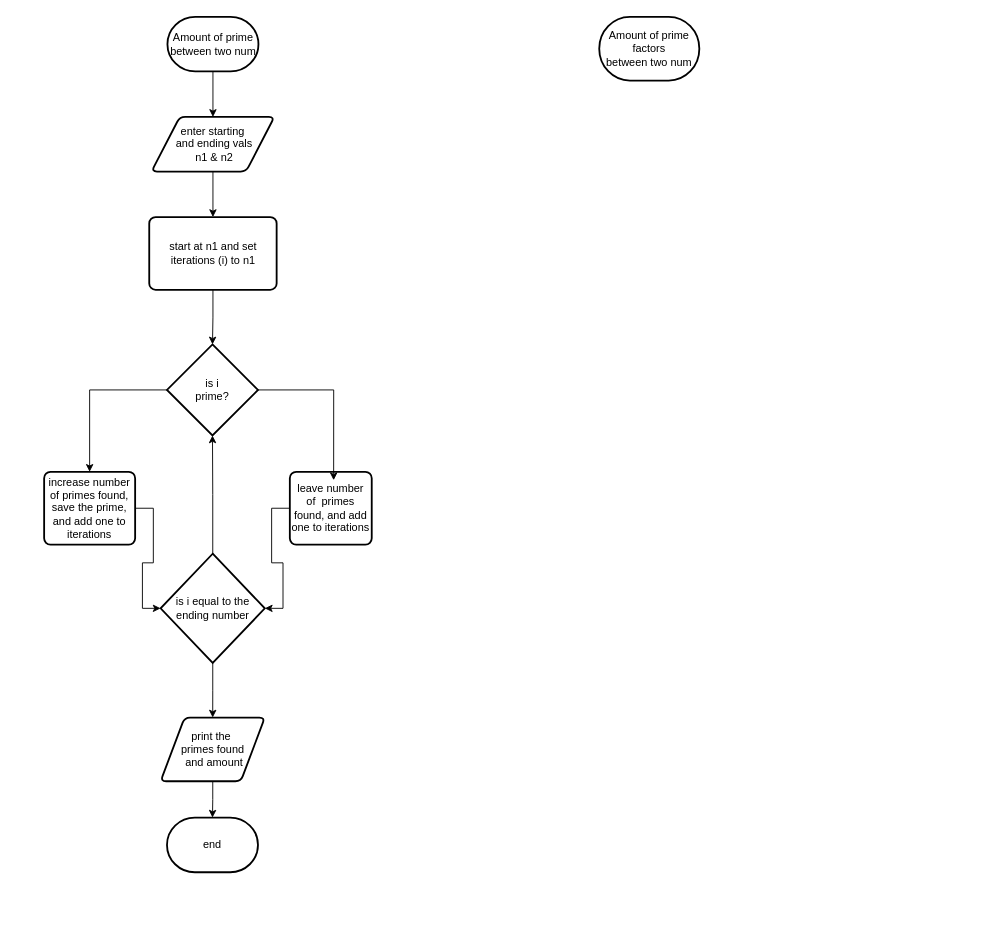
The draw.io diagram LAB5C2.drawio in Cheezy-Pizza/FlowChartFiles, before the edit. Source tidied: cells renumbered, new cells numbered last; positions are measured from the earlier drawing's top-left corner, leaving out a move shared by most shapes. Both pictures are drawn from the tidied source at 91%, with x=0, y=0 at pixel (44, 16).
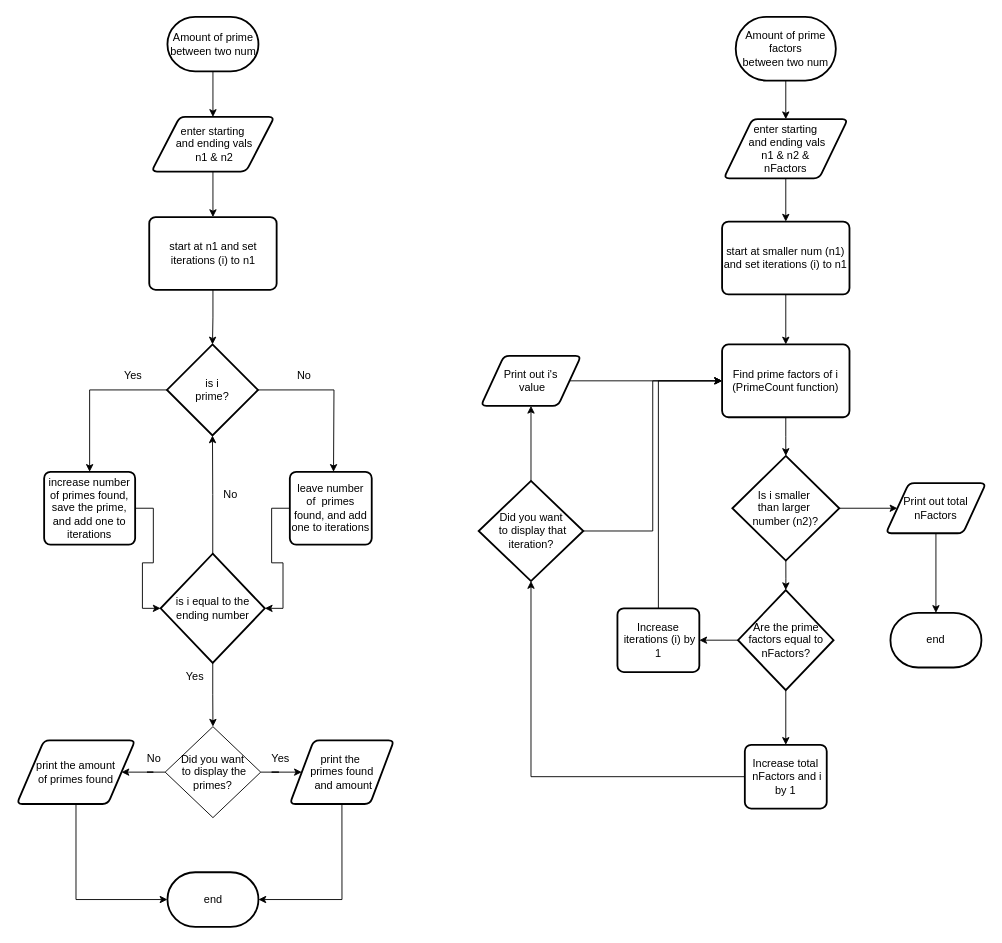
After the change.

The change refers to these unchanged cells:
```xml
<mxCell id="8" value="&lt;div&gt;is i &lt;br&gt;&lt;/div&gt;&lt;div&gt;prime?&lt;/div&gt;" style="strokeWidth=2;html=1;shape=mxgraph.flowchart.decision;whiteSpace=wrap;" parent="1" vertex="1">
  <mxGeometry x="135" y="360" width="100" height="100" as="geometry" />
</mxCell>
<mxCell id="10" value="leave number of&amp;nbsp; primes found, and add one to iterations" style="rounded=1;whiteSpace=wrap;html=1;absoluteArcSize=1;arcSize=14;strokeWidth=2;" parent="1" vertex="1">
  <mxGeometry x="270" y="500" width="90" height="80" as="geometry" />
</mxCell>
<mxCell id="13" value="is i equal to the ending number" style="strokeWidth=2;html=1;shape=mxgraph.flowchart.decision;whiteSpace=wrap;" parent="1" vertex="1">
  <mxGeometry x="128" y="590" width="114.5" height="120" as="geometry" />
</mxCell>
```

Diff of the diagram source:
```diff
@@
-    <mxCell id="12" style="edgeStyle=orthogonalEdgeStyle;rounded=0;jettySize=auto;html=1;entryX=0.5;entryY=0;entryDx=0;entryDy=0;" parent="1" edge="1" source="13" target="19">
-      <mxGeometry relative="1" as="geometry" />
-    </mxCell>
+    <mxCell id="22" style="edgeStyle=orthogonalEdgeStyle;rounded=0;jettySize=auto;html=1;" parent="1" edge="1" source="13" target="28">
+      <mxGeometry relative="1" as="geometry" />
+    </mxCell>
@@
-    <mxCell id="14" style="edgeStyle=orthogonalEdgeStyle;rounded=0;jettySize=auto;html=1;entryX=0.535;entryY=0.115;entryDx=0;entryDy=0;entryPerimeter=0;" parent="1" edge="1" source="8" target="10">
-      <mxGeometry relative="1" as="geometry" />
+    <mxCell id="14" style="edgeStyle=orthogonalEdgeStyle;rounded=0;jettySize=auto;html=1;" parent="1" edge="1" source="8">
+      <mxGeometry relative="1" as="geometry">
+        <mxPoint x="318" y="500" as="targetPoint" />
+      </mxGeometry>
     </mxCell>
@@
-    <mxCell id="18" style="edgeStyle=orthogonalEdgeStyle;rounded=0;jettySize=auto;html=1;" parent="1" edge="1" source="19" target="20">
-      <mxGeometry relative="1" as="geometry" />
-    </mxCell>
     <mxCell id="19" value="&lt;div&gt;print the&amp;nbsp;&lt;/div&gt;&lt;div&gt;primes found&lt;/div&gt;&amp;nbsp;and amount" style="shape=parallelogram;html=1;strokeWidth=2;perimeter=parallelogramPerimeter;whiteSpace=wrap;rounded=1;arcSize=12;size=0.23;" parent="1" vertex="1">
-      <mxGeometry x="128" y="770" width="114.5" height="70" as="geometry" />
+      <mxGeometry x="270" y="795" width="114.5" height="70" as="geometry" />
     </mxCell>
     <mxCell id="20" value="end" style="strokeWidth=2;html=1;shape=mxgraph.flowchart.terminator;whiteSpace=wrap;" parent="1" vertex="1">
-      <mxGeometry x="135" y="880" width="100" height="60" as="geometry" />
+      <mxGeometry x="135.5" y="940" width="100" height="60" as="geometry" />
     </mxCell>
+    <mxCell id="23" style="edgeStyle=orthogonalEdgeStyle;rounded=0;jettySize=auto;html=1;exitX=0.5;exitY=1;exitDx=0;exitDy=0;exitPerimeter=0;entryX=0.5;entryY=0;entryDx=0;entryDy=0;" parent="1" edge="1" source="21" target="25">
+      <mxGeometry relative="1" as="geometry" />
+    </mxCell>
     <mxCell id="21" value="&lt;div&gt;Amount of prime factors&lt;/div&gt;&lt;div&gt;between two num&lt;/div&gt;" style="strokeWidth=2;html=1;shape=mxgraph.flowchart.terminator;whiteSpace=wrap;" parent="1" vertex="1">
-      <mxGeometry x="610" width="110" height="70" as="geometry" />
+      <mxGeometry x="760" width="110" height="70" as="geometry" />
     </mxCell>
+    <mxCell id="24" style="edgeStyle=orthogonalEdgeStyle;rounded=0;jettySize=auto;html=1;exitX=0.5;exitY=1;exitDx=0;exitDy=0;entryX=0.5;entryY=0;entryDx=0;entryDy=0;" parent="1" edge="1" source="25" target="38">
+      <mxGeometry relative="1" as="geometry" />
+    </mxCell>
+    <mxCell id="25" value="&lt;div&gt;enter starting&lt;/div&gt;&lt;div&gt;&amp;nbsp;and ending vals&lt;/div&gt;&lt;div&gt;&amp;nbsp;n1 &amp;amp; n2 &amp;amp;&amp;nbsp;&lt;/div&gt;&lt;div&gt;nFactors&lt;/div&gt;" style="shape=parallelogram;html=1;strokeWidth=2;perimeter=parallelogramPerimeter;whiteSpace=wrap;rounded=1;arcSize=12;size=0.23;" parent="1" vertex="1">
+      <mxGeometry x="746.9" y="112.5" width="136.2" height="65" as="geometry" />
+    </mxCell>
+    <mxCell id="26" style="edgeStyle=orthogonalEdgeStyle;rounded=0;jettySize=auto;html=1;entryX=1;entryY=0.5;entryDx=0;entryDy=0;" parent="1" edge="1" source="28" target="29">
+      <mxGeometry relative="1" as="geometry" />
+    </mxCell>
+    <mxCell id="27" style="edgeStyle=orthogonalEdgeStyle;rounded=0;jettySize=auto;html=1;" parent="1" edge="1" source="28" target="19">
+      <mxGeometry relative="1" as="geometry" />
+    </mxCell>
+    <mxCell id="28" value="&lt;div&gt;Did you want&lt;/div&gt;&lt;div&gt;&amp;nbsp;to display the primes?&lt;/div&gt;" style="rhombus;whiteSpace=wrap;html=1;" parent="1" vertex="1">
+      <mxGeometry x="133" y="780" width="105" height="100" as="geometry" />
+    </mxCell>
+    <mxCell id="29" value="&lt;div&gt;print the amount&lt;/div&gt;&lt;div&gt;of primes found&lt;/div&gt;" style="shape=parallelogram;html=1;strokeWidth=2;perimeter=parallelogramPerimeter;whiteSpace=wrap;rounded=1;arcSize=12;size=0.23;" parent="1" vertex="1">
+      <mxGeometry x="-30" y="795" width="130" height="70" as="geometry" />
+    </mxCell>
+    <mxCell id="18" style="edgeStyle=orthogonalEdgeStyle;rounded=0;jettySize=auto;html=1;exitX=0.5;exitY=1;exitDx=0;exitDy=0;entryX=1;entryY=0.5;entryDx=0;entryDy=0;entryPerimeter=0;" parent="1" edge="1" source="19" target="20">
+      <mxGeometry relative="1" as="geometry" />
+    </mxCell>
+    <mxCell id="30" style="edgeStyle=orthogonalEdgeStyle;rounded=0;jettySize=auto;html=1;exitX=0.5;exitY=1;exitDx=0;exitDy=0;entryX=0;entryY=0.5;entryDx=0;entryDy=0;entryPerimeter=0;" parent="1" edge="1" source="29" target="20">
+      <mxGeometry relative="1" as="geometry" />
+    </mxCell>
+    <mxCell id="31" value="Yes" style="text;html=1;align=center;verticalAlign=middle;whiteSpace=wrap;rounded=0;" parent="1" vertex="1">
+      <mxGeometry x="135.5" y="710" width="60" height="30" as="geometry" />
+    </mxCell>
+    <mxCell id="32" value="&lt;div&gt;No&lt;/div&gt;" style="text;html=1;align=center;verticalAlign=middle;whiteSpace=wrap;rounded=0;" parent="1" vertex="1">
+      <mxGeometry x="255.5" y="380" width="60" height="30" as="geometry" />
+    </mxCell>
+    <mxCell id="33" style="edgeStyle=orthogonalEdgeStyle;rounded=0;orthogonalLoop=1;jettySize=auto;html=1;exitX=0.5;exitY=1;exitDx=0;exitDy=0;" parent="1" edge="1" source="32" target="32">
+      <mxGeometry relative="1" as="geometry" />
+    </mxCell>
+    <mxCell id="34" value="&lt;div&gt;No&lt;/div&gt;" style="text;html=1;align=center;verticalAlign=middle;whiteSpace=wrap;rounded=0;" parent="1" vertex="1">
+      <mxGeometry x="175" y="510" width="60" height="30" as="geometry" />
+    </mxCell>
+    <mxCell id="35" value="Yes" style="text;html=1;align=center;verticalAlign=middle;whiteSpace=wrap;rounded=0;" parent="1" vertex="1">
+      <mxGeometry x="230" y="800" width="60" height="30" as="geometry" />
+    </mxCell>
+    <mxCell id="36" value="&lt;div&gt;No&lt;/div&gt;" style="text;html=1;align=center;verticalAlign=middle;whiteSpace=wrap;rounded=0;" parent="1" vertex="1">
+      <mxGeometry x="91" y="800" width="60" height="30" as="geometry" />
+    </mxCell>
+    <mxCell id="37" style="edgeStyle=orthogonalEdgeStyle;rounded=0;jettySize=auto;html=1;exitX=0.5;exitY=1;exitDx=0;exitDy=0;entryX=0.5;entryY=0;entryDx=0;entryDy=0;" parent="1" edge="1" source="38" target="42">
+      <mxGeometry relative="1" as="geometry" />
+    </mxCell>
+    <mxCell id="38" value="start at smaller num (n1) and set iterations (i) to n1" style="rounded=1;whiteSpace=wrap;html=1;absoluteArcSize=1;arcSize=14;strokeWidth=2;" parent="1" vertex="1">
+      <mxGeometry x="745" y="225" width="140" height="80" as="geometry" />
+    </mxCell>
+    <mxCell id="39" style="edgeStyle=orthogonalEdgeStyle;rounded=0;jettySize=auto;html=1;exitX=0.5;exitY=1;exitDx=0;exitDy=0;exitPerimeter=0;entryX=0.5;entryY=0;entryDx=0;entryDy=0;" parent="1" edge="1" source="41" target="44">
+      <mxGeometry relative="1" as="geometry" />
+    </mxCell>
+    <mxCell id="40" style="edgeStyle=orthogonalEdgeStyle;rounded=0;jettySize=auto;html=1;exitX=0;exitY=0.5;exitDx=0;exitDy=0;exitPerimeter=0;entryX=1;entryY=0.5;entryDx=0;entryDy=0;" parent="1" edge="1" source="41" target="46">
+      <mxGeometry relative="1" as="geometry" />
+    </mxCell>
+    <mxCell id="41" value="Are the prime factors equal to nFactors?" style="strokeWidth=2;html=1;shape=mxgraph.flowchart.decision;whiteSpace=wrap;" parent="1" vertex="1">
+      <mxGeometry x="762.5" y="630" width="105" height="110" as="geometry" />
+    </mxCell>
+    <mxCell id="42" value="&lt;div&gt;Find prime factors of i&lt;/div&gt;&lt;div&gt;(PrimeCount function)&lt;/div&gt;" style="rounded=1;whiteSpace=wrap;html=1;absoluteArcSize=1;arcSize=14;strokeWidth=2;" parent="1" vertex="1">
+      <mxGeometry x="745" y="360" width="140" height="80" as="geometry" />
+    </mxCell>
+    <mxCell id="43" value="Yes" style="text;html=1;align=center;verticalAlign=middle;whiteSpace=wrap;rounded=0;" parent="1" vertex="1">
+      <mxGeometry x="68" y="380" width="60" height="30" as="geometry" />
+    </mxCell>
+    <mxCell id="44" value="&lt;div&gt;Increase total&lt;/div&gt;&lt;div&gt;&amp;nbsp;nFactors and i by 1&lt;/div&gt;" style="rounded=1;whiteSpace=wrap;html=1;absoluteArcSize=1;arcSize=14;strokeWidth=2;" parent="1" vertex="1">
+      <mxGeometry x="770" y="800" width="90" height="70" as="geometry" />
+    </mxCell>
+    <mxCell id="45" style="edgeStyle=orthogonalEdgeStyle;rounded=0;jettySize=auto;html=1;exitX=0.5;exitY=0;exitDx=0;exitDy=0;entryX=0;entryY=0.5;entryDx=0;entryDy=0;" parent="1" edge="1" source="46" target="42">
+      <mxGeometry relative="1" as="geometry" />
+    </mxCell>
+    <mxCell id="46" value="&lt;div&gt;Increase&lt;/div&gt;&lt;div&gt;&amp;nbsp;iterations (i) by 1&lt;/div&gt;" style="rounded=1;whiteSpace=wrap;html=1;absoluteArcSize=1;arcSize=14;strokeWidth=2;" parent="1" vertex="1">
+      <mxGeometry x="630" y="650" width="90" height="70" as="geometry" />
+    </mxCell>
+    <mxCell id="47" style="edgeStyle=orthogonalEdgeStyle;rounded=0;jettySize=auto;html=1;entryX=0.5;entryY=1;entryDx=0;entryDy=0;" parent="1" edge="1" source="49" target="51">
+      <mxGeometry relative="1" as="geometry" />
+    </mxCell>
+    <mxCell id="48" style="edgeStyle=orthogonalEdgeStyle;rounded=0;jettySize=auto;html=1;exitX=1;exitY=0.5;exitDx=0;exitDy=0;exitPerimeter=0;entryX=0;entryY=0.5;entryDx=0;entryDy=0;" parent="1" edge="1" source="49" target="42">
+      <mxGeometry relative="1" as="geometry" />
+    </mxCell>
+    <mxCell id="49" value="&lt;div&gt;Did you want&lt;/div&gt;&lt;div&gt;&amp;nbsp;to display that iteration?&lt;/div&gt;" style="strokeWidth=2;html=1;shape=mxgraph.flowchart.decision;whiteSpace=wrap;" parent="1" vertex="1">
+      <mxGeometry x="477.5" y="510" width="115" height="110" as="geometry" />
+    </mxCell>
+    <mxCell id="50" style="edgeStyle=orthogonalEdgeStyle;rounded=0;jettySize=auto;html=1;exitX=1;exitY=0.5;exitDx=0;exitDy=0;entryX=0;entryY=0.5;entryDx=0;entryDy=0;" parent="1" edge="1" source="51" target="42">
+      <mxGeometry relative="1" as="geometry" />
+    </mxCell>
+    <mxCell id="51" value="&lt;div&gt;Print out i's&lt;/div&gt;&lt;div&gt;&amp;nbsp;value&lt;/div&gt;" style="shape=parallelogram;html=1;strokeWidth=2;perimeter=parallelogramPerimeter;whiteSpace=wrap;rounded=1;arcSize=12;size=0.23;" parent="1" vertex="1">
+      <mxGeometry x="480" y="372.5" width="110" height="55" as="geometry" />
+    </mxCell>
+    <mxCell id="52" style="edgeStyle=orthogonalEdgeStyle;rounded=0;jettySize=auto;html=1;entryX=0.5;entryY=1;entryDx=0;entryDy=0;entryPerimeter=0;" parent="1" edge="1" source="44" target="49">
+      <mxGeometry relative="1" as="geometry" />
+    </mxCell>
+    <mxCell id="53" style="edgeStyle=orthogonalEdgeStyle;rounded=0;jettySize=auto;html=1;exitX=0.5;exitY=1;exitDx=0;exitDy=0;exitPerimeter=0;" parent="1" edge="1" source="55" target="41">
+      <mxGeometry relative="1" as="geometry" />
+    </mxCell>
+    <mxCell id="54" style="edgeStyle=orthogonalEdgeStyle;rounded=0;jettySize=auto;html=1;entryX=0;entryY=0.5;entryDx=0;entryDy=0;" parent="1" edge="1" source="55" target="57">
+      <mxGeometry relative="1" as="geometry" />
+    </mxCell>
+    <mxCell id="55" value="&lt;div&gt;Is i smaller&amp;nbsp;&lt;/div&gt;&lt;div&gt;than larger&amp;nbsp;&lt;/div&gt;&lt;div&gt;number (n2)?&lt;/div&gt;" style="strokeWidth=2;html=1;shape=mxgraph.flowchart.decision;whiteSpace=wrap;" parent="1" vertex="1">
+      <mxGeometry x="756.3" y="482.5" width="117.5" height="115" as="geometry" />
+    </mxCell>
+    <mxCell id="56" style="edgeStyle=orthogonalEdgeStyle;rounded=0;jettySize=auto;html=1;entryX=0.5;entryY=0;entryDx=0;entryDy=0;entryPerimeter=0;" parent="1" edge="1" source="42" target="55">
+      <mxGeometry relative="1" as="geometry" />
+    </mxCell>
+    <mxCell id="57" value="Print out total nFactors" style="shape=parallelogram;html=1;strokeWidth=2;perimeter=parallelogramPerimeter;whiteSpace=wrap;rounded=1;arcSize=12;size=0.23;" parent="1" vertex="1">
+      <mxGeometry x="925" y="512.5" width="110" height="55" as="geometry" />
+    </mxCell>
+    <mxCell id="58" value="end" style="strokeWidth=2;html=1;shape=mxgraph.flowchart.terminator;whiteSpace=wrap;" parent="1" vertex="1">
+      <mxGeometry x="930" y="655" width="100" height="60" as="geometry" />
+    </mxCell>
+    <mxCell id="59" style="edgeStyle=orthogonalEdgeStyle;rounded=0;jettySize=auto;html=1;exitX=0.5;exitY=1;exitDx=0;exitDy=0;entryX=0.5;entryY=0;entryDx=0;entryDy=0;entryPerimeter=0;" parent="1" edge="1" source="57" target="58">
+      <mxGeometry relative="1" as="geometry" />
+    </mxCell>
```
